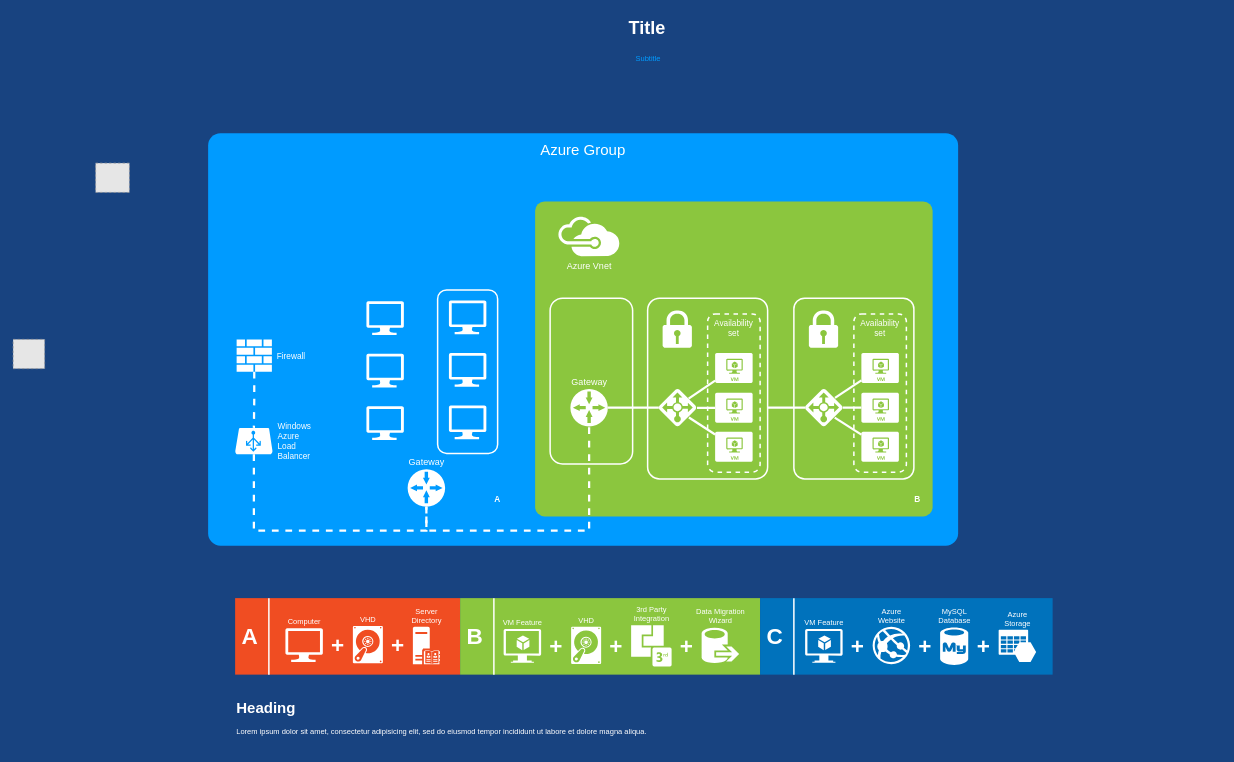
Earlier version of the draw.io diagram Untitled Diagram.drawio (lykkelig/Udacity). Source tidied: cells renumbered, new cells numbered last; positions are measured from the earlier drawing's top-left corner, leaving out a move shared by most shapes. Both pictures are drawn from the tidied source at 75%, with x=0, y=0 at pixel (13, 13). Pictures stored in the file or linked from it are replaced by grey dashed boxes.
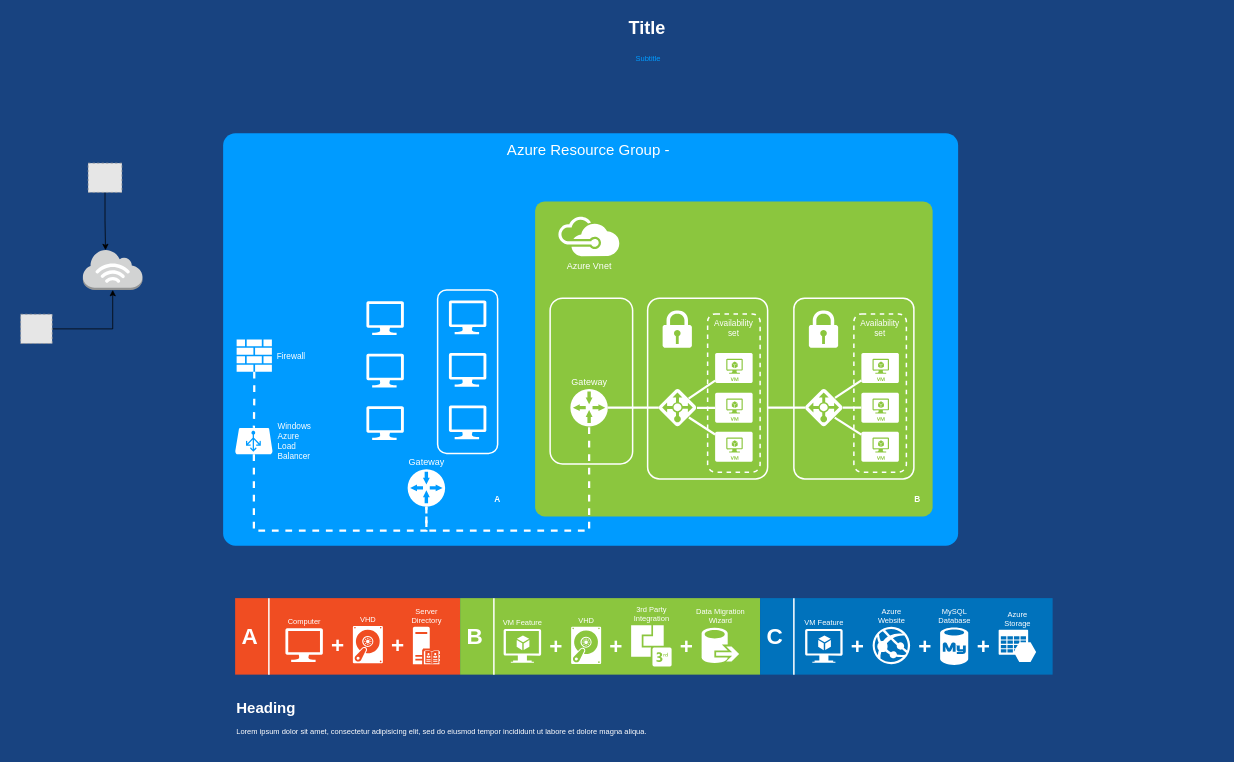
The same page after the edit.

What changed in the source:
```diff
@@
-    <mxCell id="2" value="Azure Group" style="whiteSpace=wrap;html=1;rounded=1;shadow=0;strokeColor=none;strokeWidth=2;fillColor=#009BFF;fontSize=20;fontColor=#FFFFFF;align=center;arcSize=3;verticalAlign=top;spacingTop=4;" parent="1" vertex="1">
-      <mxGeometry x="260" y="160" width="1000" height="550" as="geometry" />
+    <mxCell id="2" value="Azure Resource Group -&amp;nbsp;" style="whiteSpace=wrap;html=1;rounded=1;shadow=0;strokeColor=none;strokeWidth=2;fillColor=#009BFF;fontSize=20;fontColor=#FFFFFF;align=center;arcSize=3;verticalAlign=top;spacingTop=4;" parent="1" vertex="1">
+      <mxGeometry x="280" y="160" width="980" height="550" as="geometry" />
     </mxCell>
@@
+    <mxCell id="77" style="edgeStyle=orthogonalEdgeStyle;rounded=0;jettySize=auto;html=4;entryX=0.38;entryY=0.02;entryDx=0;entryDy=0;entryPerimeter=0;" parent="1" edge="1" source="75" target="79">
+      <mxGeometry relative="1" as="geometry" />
+    </mxCell>
     <mxCell id="75" style="fillColor=#E6E6E6;strokeColor=#999999;dashed=1;verticalLabelPosition=bottom;labelBackgroundColor=#ffffff;verticalAlign=top;" parent="1" vertex="1">
-      <mxGeometry x="110" y="200" width="45" height="39" as="geometry" />
+      <mxGeometry x="100" y="200" width="45" height="39" as="geometry" />
     </mxCell>
+    <mxCell id="78" style="edgeStyle=orthogonalEdgeStyle;rounded=0;jettySize=auto;html=1;" parent="1" edge="1" source="76" target="79">
+      <mxGeometry relative="1" as="geometry" />
+    </mxCell>
     <mxCell id="76" style="fillColor=#E6E6E6;strokeColor=#999999;dashed=1;verticalLabelPosition=bottom;labelBackgroundColor=#ffffff;verticalAlign=top;" parent="1" vertex="1">
-      <mxGeometry y="435" width="42" height="39" as="geometry" />
+      <mxGeometry x="10" y="401.5" width="42" height="39" as="geometry" />
     </mxCell>
+    <mxCell id="79" style="outlineConnect=0;dashed=0;verticalLabelPosition=bottom;verticalAlign=top;align=center;html=1;shape=mxgraph.aws3.internet_3;fillColor=#D2D3D3;gradientColor=none;" parent="1" vertex="1">
+      <mxGeometry x="93" y="315" width="79.5" height="54" as="geometry" />
+    </mxCell>
```
